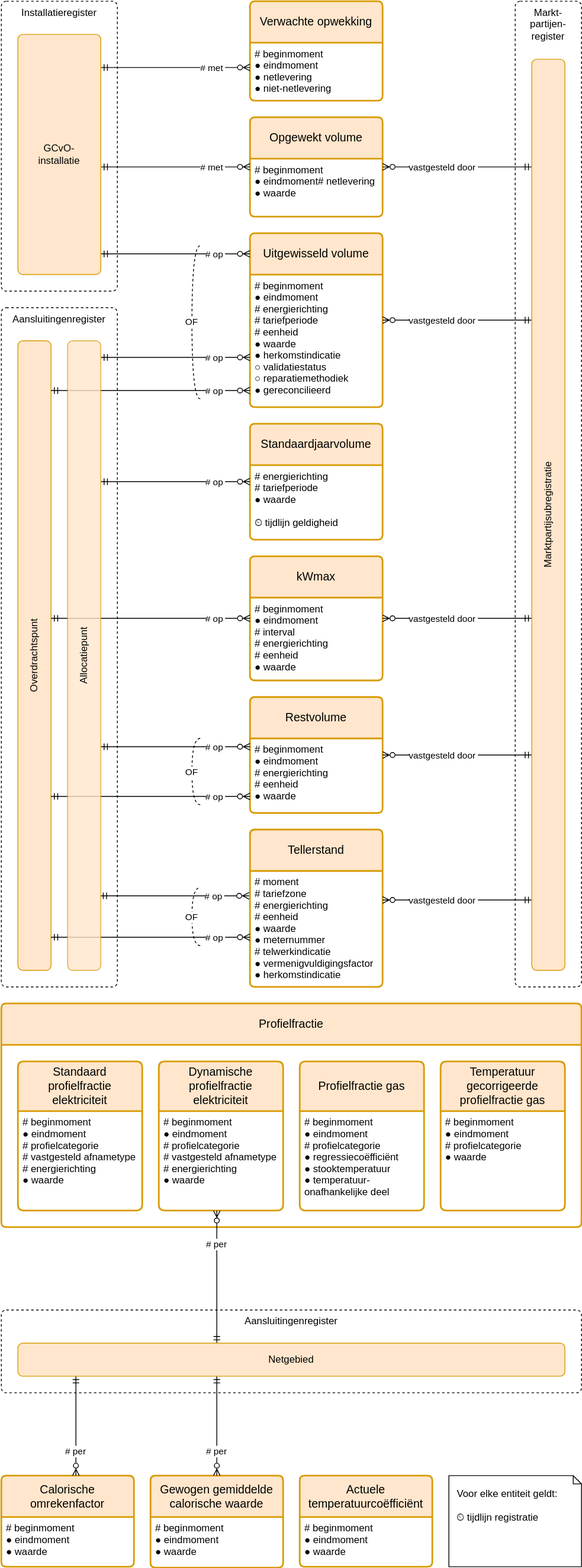
The draw.io diagram registers/energie-uitwisselingsregister/1.4/energie-uitwisselingsregister.drawio.svg in Netbeheer-Nederland/stelsel, before a commit. Source tidied: cells renumbered, new cells last; positions are measured from the earlier drawing's top-left corner, leaving out a move shared by most shapes.
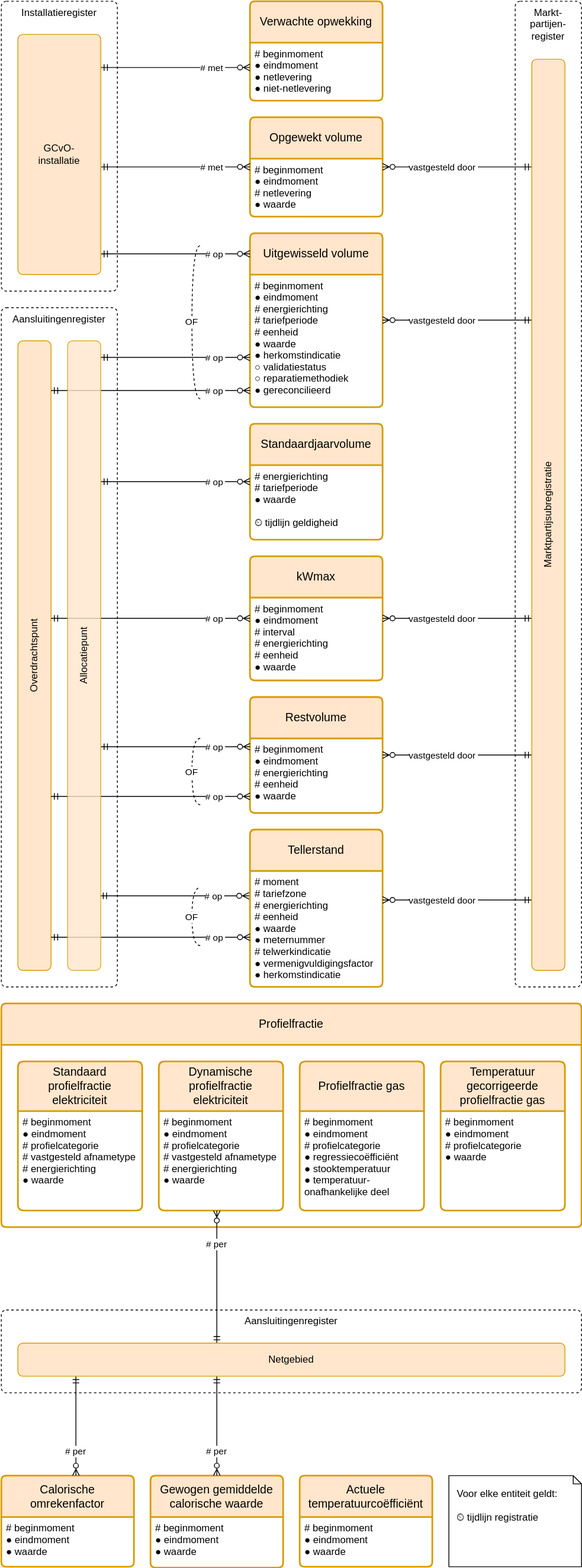
The same diagram one commit later.

Diff of the diagram source:
```diff
@@ -99,7 +99,7 @@
     <mxCell id="25" value="Opgewekt volume" style="swimlane;horizontal=1;startSize=50;rounded=1;fontSize=14;fontStyle=0;strokeWidth=2;shadow=0;dashed=0;align=center;arcSize=4;fillColor=#ffe6cc;strokeColor=#d79b00;whiteSpace=wrap;" parent="1" vertex="1">
       <mxGeometry x="300" y="140" width="160" height="120" as="geometry" />
     </mxCell>
-    <mxCell id="26" value="# beginmoment&#10;● eindmoment# netlevering&#10;● waarde" style="align=left;strokeColor=none;fillColor=none;spacingLeft=4;fontSize=12;verticalAlign=top;" parent="25" vertex="1">
+    <mxCell id="26" value="# beginmoment&#10;● eindmoment&#10;# netlevering&#10;● waarde" style="align=left;strokeColor=none;fillColor=none;spacingLeft=4;fontSize=12;verticalAlign=top;" parent="25" vertex="1">
       <mxGeometry y="50" width="160" height="70" as="geometry" />
     </mxCell>
     <mxCell id="27" value="# op" style="rounded=0;jettySize=auto;endArrow=ERmandOne;endFill=0;startArrow=ERzeroToMany;startFill=0;align=right;edgeStyle=elbowEdgeStyle;elbow=vertical;" parent="1" edge="1" source="9" target="37">
```
